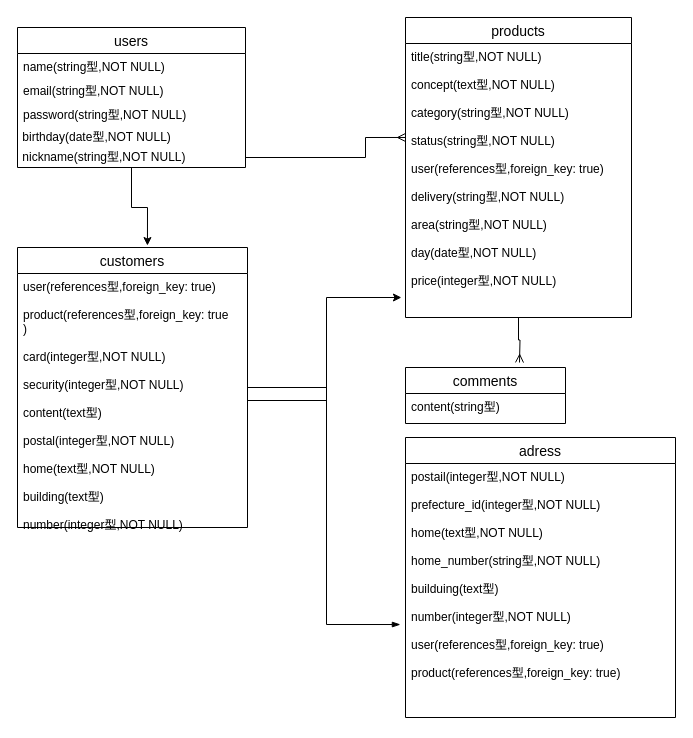
Above: furima.dio in Wh1te-7/furima-31645 (draw.io), before the change. Source tidied: cells renumbered, new cells numbered last; positions are measured from the earlier drawing's top-left corner, leaving out a move shared by most shapes. Both pictures are drawn from the tidied source at 100%, with x=0, y=0 at pixel (17, 17).
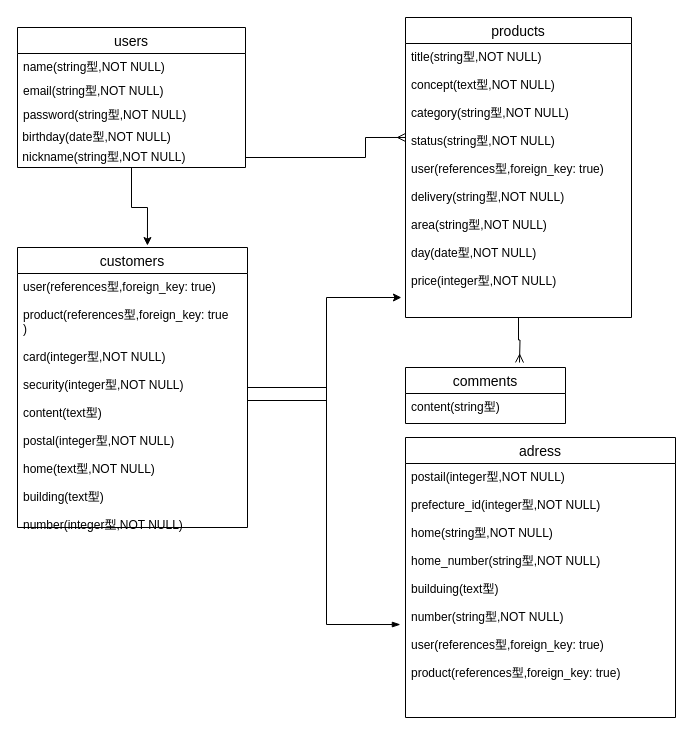
The same diagram, later.

Commit message:
データベース設計

Unchanged cells that the change refers to:
```xml
<mxCell id="19" value="adress" style="swimlane;fontStyle=0;horizontal=1;startSize=26;align=center;fontSize=14;" parent="1" vertex="1">
  <mxGeometry x="388" y="420" width="270" height="280" as="geometry" />
</mxCell>
```

The edit, as a diff of the source:
```diff
@@
-    <mxCell id="20" value="postail(integer型,NOT NULL)&#10;&#10;prefecture_id(integer型,NOT NULL)&#10;&#10;home(text型,NOT NULL)&#10;&#10;home_number(string型,NOT NULL)&#10;&#10;builduing(text型)&#10;&#10;number(integer型,NOT NULL)&#10;&#10;user(references型,foreign_key: true)&#10;&#10;product(references型,foreign_key: true)" style="text;strokeColor=none;fillColor=none;spacingLeft=4;spacingRight=4;overflow=hidden;points=[[0,0.5],[1,0.5]];portConstraint=eastwest;fontSize=12;" parent="19" vertex="1">
+    <mxCell id="20" value="postail(integer型,NOT NULL)&#10;&#10;prefecture_id(integer型,NOT NULL)&#10;&#10;home(string型,NOT NULL)&#10;&#10;home_number(string型,NOT NULL)&#10;&#10;builduing(text型)&#10;&#10;number(string型,NOT NULL)&#10;&#10;user(references型,foreign_key: true)&#10;&#10;product(references型,foreign_key: true)" style="text;strokeColor=none;fillColor=none;spacingLeft=4;spacingRight=4;overflow=hidden;points=[[0,0.5],[1,0.5]];portConstraint=eastwest;fontSize=12;" parent="19" vertex="1">
       <mxGeometry y="26" width="270" height="254" as="geometry" />
     </mxCell>
```
